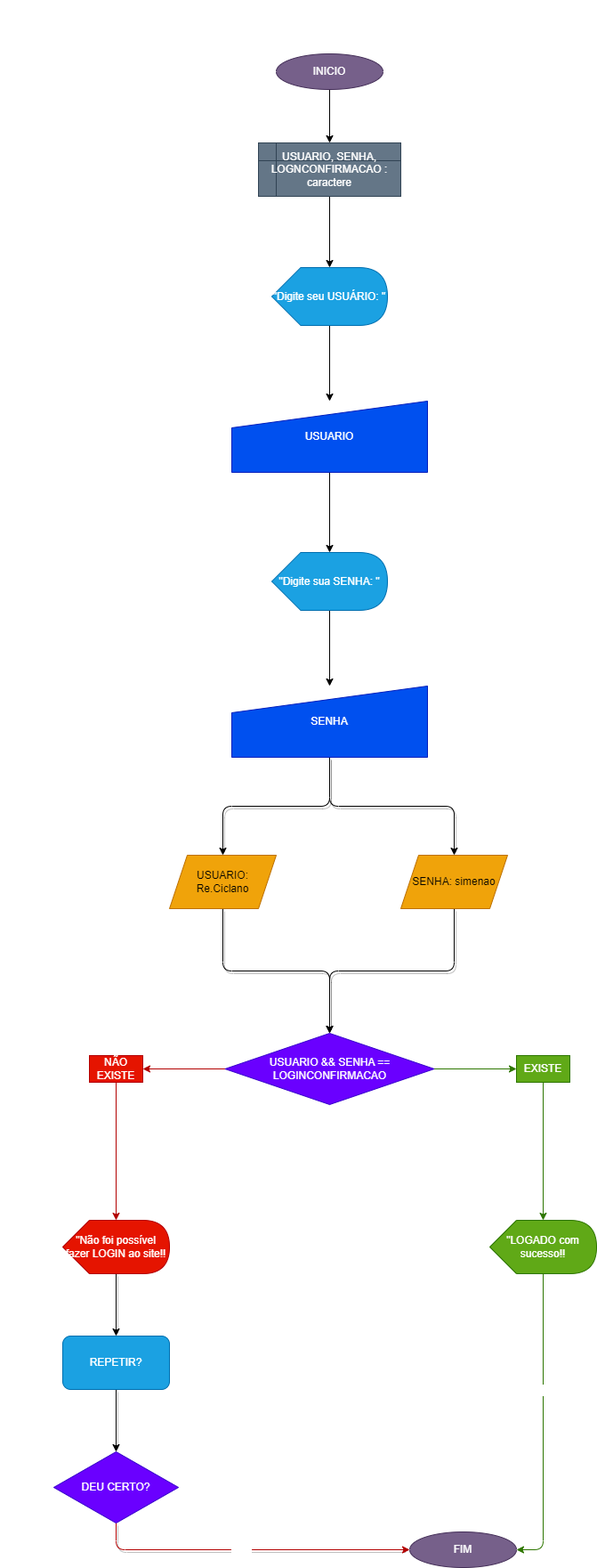
Above: LogicadeProgramacao/fluxogramaComDecisao2.png in BATENDER/exercicios_fluxograma (draw.io), before the change. Source tidied: cells renumbered, new cells last; positions are measured from the earlier drawing's top-left corner, leaving out a move shared by most shapes.
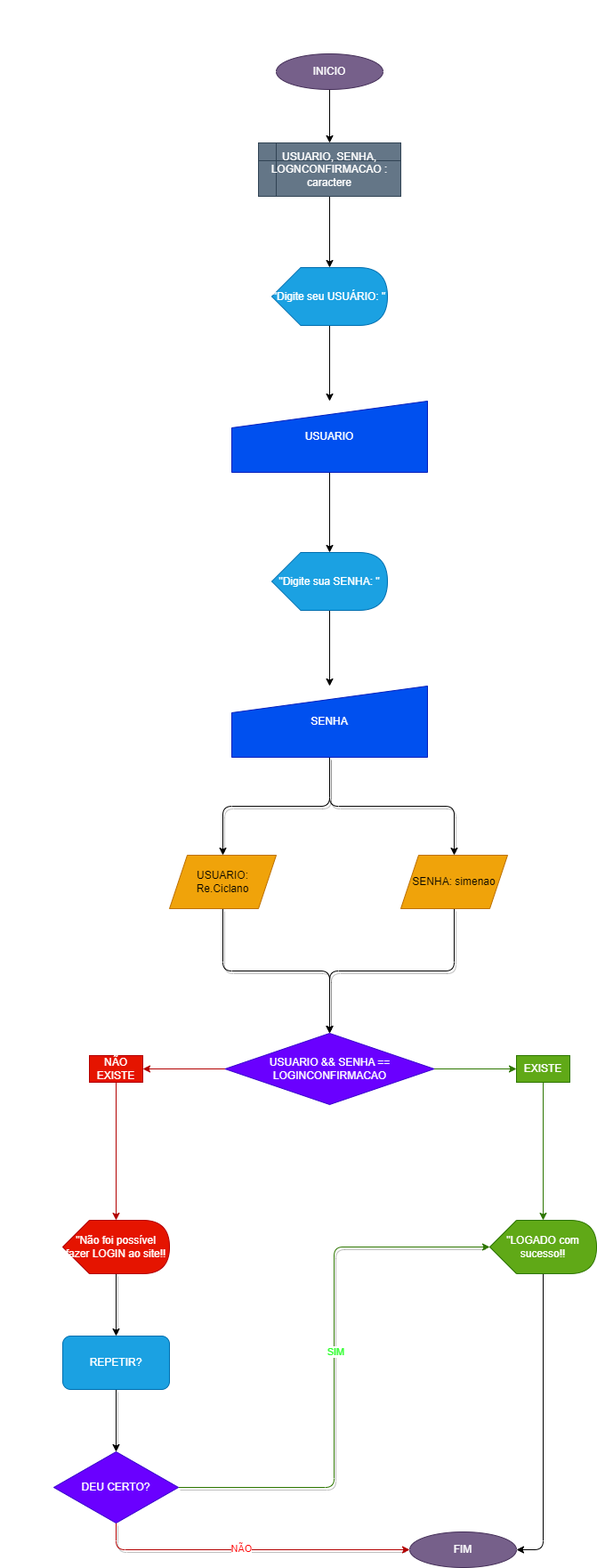
After the commit.

The edit, as a diff of the source:
```diff
@@ -65,12 +65,9 @@
     <mxCell id="22" value="NÃO EXISTE" style="text;html=1;strokeColor=#B20000;fillColor=#e51400;align=center;verticalAlign=middle;whiteSpace=wrap;rounded=0;fontColor=#ffffff;" parent="1" vertex="1">
       <mxGeometry x="100" y="1175" width="60" height="30" as="geometry" />
     </mxCell>
-    <mxCell id="23" style="html=1;entryX=1;entryY=0.5;entryDx=0;entryDy=0;fontColor=#FFFFFF;edgeStyle=orthogonalEdgeStyle;fillColor=#60a917;strokeColor=#2D7600;" parent="1" edge="1" source="25" target="28">
+    <mxCell id="23" style="html=1;entryX=1;entryY=0.5;entryDx=0;entryDy=0;fontColor=#FFFFFF;edgeStyle=orthogonalEdgeStyle;" parent="1" edge="1" source="25" target="28">
       <mxGeometry relative="1" as="geometry" />
     </mxCell>
-    <mxCell id="24" value="SIM" style="edgeLabel;html=1;align=center;verticalAlign=middle;fontColor=#FFFFFF;" parent="23" vertex="1">
-      <mxGeometry x="-0.24" y="-2" relative="1" as="geometry" />
-    </mxCell>
     <mxCell id="25" value="&quot;LOGADO com sucesso!!" style="shape=display;whiteSpace=wrap;html=1;fontColor=#ffffff;fillColor=#60a917;strokeColor=#2D7600;" parent="1" vertex="1">
       <mxGeometry x="550" y="1360" width="120" height="60" as="geometry" />
     </mxCell>
@@ -108,9 +105,15 @@
         </Array>
       </mxGeometry>
     </mxCell>
-    <mxCell id="36" value="NÃO" style="edgeLabel;html=1;align=center;verticalAlign=middle;fontColor=#FFFFFF;" parent="35" vertex="1">
+    <mxCell id="36" value="NÃO" style="edgeLabel;html=1;align=center;verticalAlign=middle;fontColor=#FF0000;" parent="35" vertex="1">
       <mxGeometry x="-0.05" y="1" relative="1" as="geometry" />
     </mxCell>
+    <mxCell id="38" style="edgeStyle=orthogonalEdgeStyle;html=1;entryX=0;entryY=0.5;entryDx=0;entryDy=0;entryPerimeter=0;shadow=1;fontColor=#FFFFFF;fillColor=#60a917;strokeColor=#2D7600;" parent="1" edge="1" source="37" target="25">
+      <mxGeometry relative="1" as="geometry" />
+    </mxCell>
+    <mxCell id="24" value="SIM" style="edgeLabel;html=1;align=center;verticalAlign=middle;fontColor=#33FF33;" parent="38" vertex="1">
+      <mxGeometry x="0.06" y="-1" relative="1" as="geometry" />
+    </mxCell>
     <mxCell id="37" value="DEU CERTO?" style="rhombus;whiteSpace=wrap;html=1;shadow=0;fontColor=#ffffff;fillColor=#6a00ff;strokeColor=#3700CC;" parent="1" vertex="1">
       <mxGeometry x="60" y="1620" width="140" height="80" as="geometry" />
     </mxCell>
```
